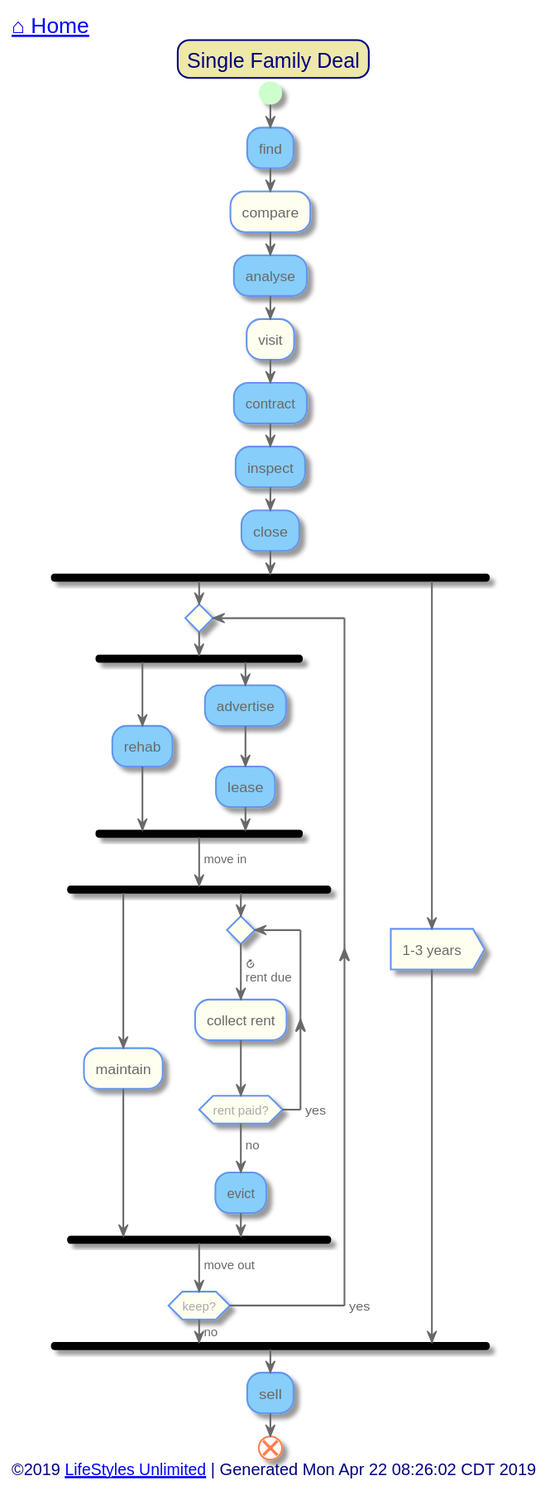
Before: out/src/single-family/single-family-deal.svg, a diagram exported from PlantUML (toddmo/lifestylesunlimited).
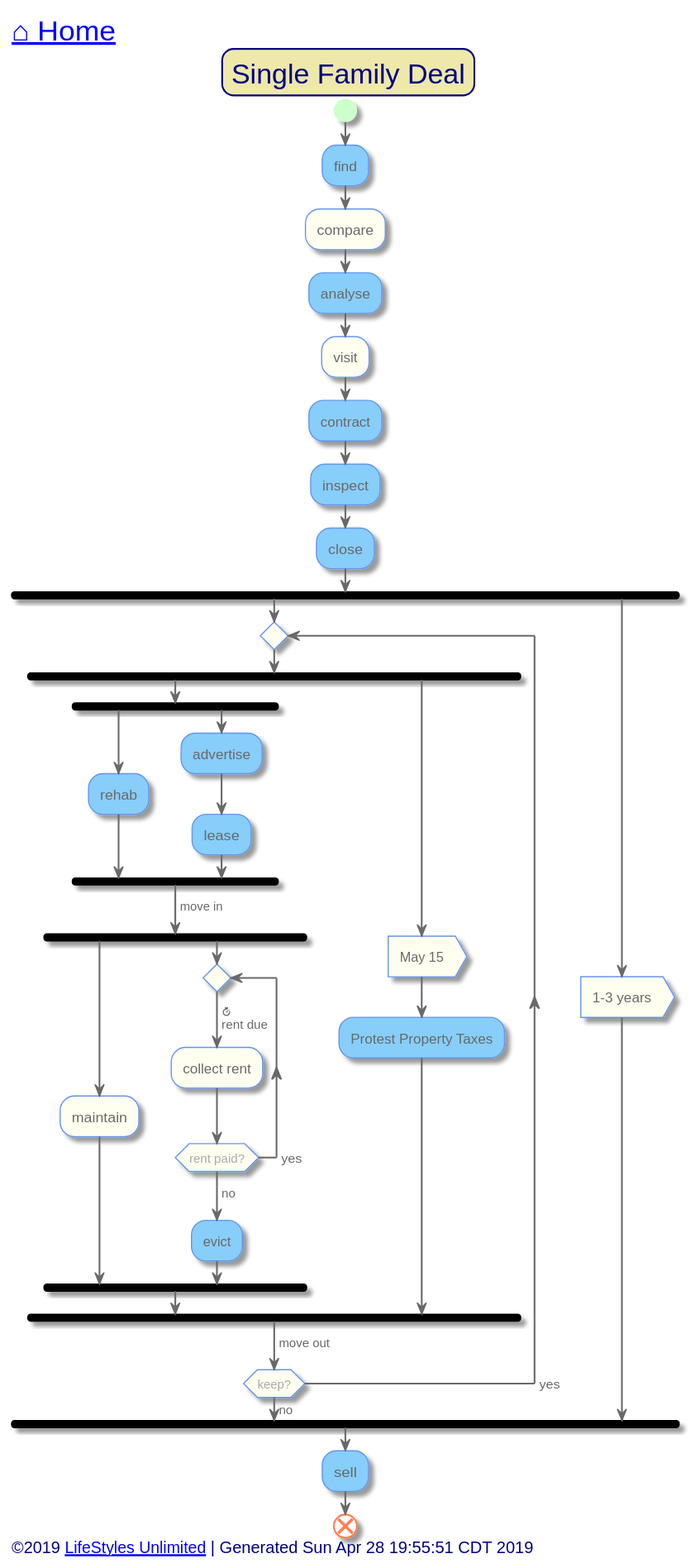
The same file after the commit.

Diff of the diagram source:
```diff
@@ -11,11 +11,13 @@
   BackgroundColor PaleGoldenRod
   BorderColor Navy
   BorderRoundCorner 20
+  FontSize 24
 }
 
 skinparam activity {
   BackgroundColor Ivory
   BorderColor CornflowerBlue
+  BorderThickness 1
   FontColor DimGray
 
 
@@ -73,7 +75,7 @@
 
 
 left header
-	<font color=Navy size=18>[[../index.svg ⌂ Home]]</font>
+	<font color=Navy size=24>[[../index.svg ⌂ Home]]</font>
 endheader
 
 
@@ -91,25 +93,31 @@
 	fork
 		repeat
 			fork
-				[[rehabbing.svg?sanitize=true]]#LightSkyBlue:rehab;
+				fork
+					[[rehabbing.svg?sanitize=true]]#LightSkyBlue:rehab;
+				fork again
+					[[advertise.svg?sanitize=true]]#LightSkyBlue:advertise;
+					[[leasing.svg?sanitize=true]]#LightSkyBlue:lease;
+				end fork
+				-> move in;
+				fork
+					:maintain;
+				fork again
+					repeat
+						-><&timer>\nrent due;
+						:collect rent;
+					repeat while(rent paid?)->yes
+					->no;
+					[[evict.svg?sanitize=true]]#LightSkyBlue:evict;
+				end fork
 			fork again
-			  [[advertise.svg?sanitize=true]]#LightSkyBlue:advertise;
-				[[leasing.svg?sanitize=true]]#LightSkyBlue:lease;
+				:May 15>
+				[[protest-property-taxes.svg?sanitize=true]]#LightSkyBlue:Protest Property Taxes;
 			end fork
-			-> move in;
-			fork
-				:maintain;
-			fork again
-				repeat
-					-><&timer>\nrent due;
-					:collect rent;
-				repeat while(rent paid?)->yes
-				->no;
-				[[evict.svg?sanitize=true]]#LightSkyBlue:evict;
-			end fork
-			-> move out;
-		repeat while(keep?)->yes
-		->no;
+
+				-> move out;
+			repeat while(keep?)->yes
+			->no;
 	fork again
 		:1-3 years>
 	end fork
@@ -118,7 +126,7 @@
 
 
 left footer
-	<font size=14>©2019 [[http://www.lifestylesunlimited.com LifeStyles Unlimited]] | Generated Mon Apr 22 08:26:02 CDT 2019</font>
+	<font size=14>©2019 [[http://www.lifestylesunlimited.com LifeStyles Unlimited]] | Generated Sun Apr 28 19:55:51 CDT 2019</font>
 endfooter
 
 
```
